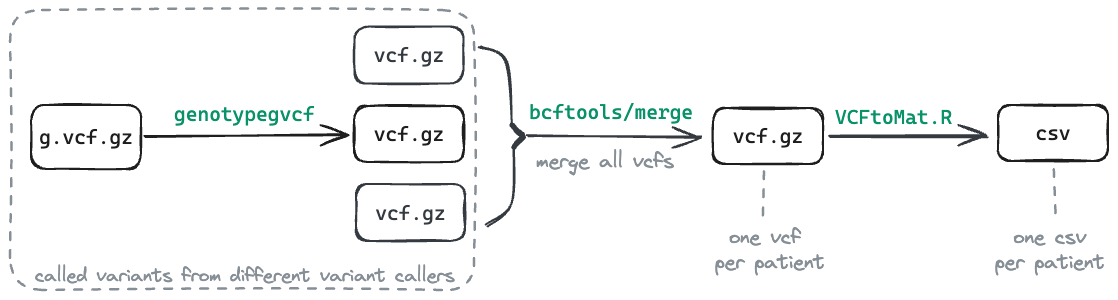
Above: docs/images/vcftomat.excalidraw.png in qbic-pipelines/vcftocounts (Excalidraw), before the change. Source tidied: one line per element, renumbered; positions are measured from the earlier drawing's top-left corner, leaving out a move shared by most shapes. Its diagram source:
```json
{"id": 0, "type": "rectangle", "strokeColor": "#1e1e1e", "strokeWidth": 2, "roughness": 1, "round": true, "x": 21, "y": 95, "width": 110, "height": 64}
{"id": 1, "type": "text", "text": "g.vcf.gz", "strokeColor": "#1e1e1e", "strokeWidth": 2, "roughness": 1, "fontSize": 20, "fontFamily": 3, "textAlign": "center", "verticalAlign": "middle", "inside": 0, "x": 29, "y": 115, "width": 94, "height": 24}
{"id": 2, "type": "rectangle", "strokeColor": "#1e1e1e", "strokeWidth": 2, "roughness": 1, "round": true, "x": 344, "y": 96, "width": 110, "height": 56}
{"id": 3, "type": "text", "text": "vcf.gz", "strokeColor": "#1e1e1e", "strokeWidth": 2, "roughness": 1, "fontSize": 20, "fontFamily": 3, "textAlign": "center", "verticalAlign": "middle", "inside": 2, "x": 364, "y": 112, "width": 70, "height": 24}
{"id": 4, "type": "arrow", "strokeColor": "#1e1e1e", "strokeWidth": 2, "roughness": 1, "endArrowhead": "arrow", "round": true, "from": 0, "to": 2, "x": 135, "y": 127, "width": 202, "height": 2, "points": [[0, 0], [202, -2]]}
{"id": 5, "type": "text", "text": "genotypegvcf", "strokeColor": "#099268", "strokeWidth": 2, "roughness": 1, "fontSize": 20, "fontFamily": 3, "x": 164, "y": 92, "width": 141, "height": 24}
{"id": 6, "type": "rectangle", "strokeColor": "#343a40", "strokeWidth": 2, "roughness": 1, "round": true, "x": 346, "y": 174, "width": 109, "height": 57}
{"id": 7, "type": "text", "text": "vcf.gz", "strokeColor": "#343a40", "strokeWidth": 2, "roughness": 1, "fontSize": 20, "fontFamily": 3, "textAlign": "center", "verticalAlign": "middle", "inside": 6, "x": 365, "y": 190, "width": 70, "height": 24}
{"id": 8, "type": "rectangle", "strokeColor": "#343a40", "strokeWidth": 2, "roughness": 1, "round": true, "x": 344, "y": 16, "width": 109, "height": 57}
{"id": 9, "type": "text", "text": "vcf.gz", "strokeColor": "#343a40", "strokeWidth": 2, "roughness": 1, "fontSize": 20, "fontFamily": 3, "textAlign": "center", "verticalAlign": "middle", "inside": 8, "x": 364, "y": 33, "width": 70, "height": 24}
{"id": 10, "type": "arrow", "strokeColor": "#343a40", "strokeWidth": 2, "roughness": 1, "round": true, "from": 8, "x": 469, "y": 37, "width": 32, "height": 79, "points": [[0, 0], [27, 15], [32, 79]]}
{"id": 11, "type": "arrow", "strokeColor": "#343a40", "angle": 3.12, "strokeWidth": 2, "roughness": 1, "round": true, "x": 504, "y": 138, "width": 30, "height": 79, "points": [[0, 0], [-26, 21], [-30, 79]]}
{"id": 12, "type": "freedraw", "strokeColor": "#343a40", "strokeWidth": 1, "roughness": 1, "x": 502, "y": 115, "width": 10, "height": 10, "points": [[0, 0], [1, 0], [1, 1], [1, 2], [2, 2], [2, 3], [3, 3], [3, 4], [4, 5], [4, 6], [5, 6], [6, 6], [6, 7], [7, 7], [7, 8], [8, 8], [9, 8], [9, 9], [10, 9], [10, 10], [10, 10]]}
{"id": 13, "type": "freedraw", "strokeColor": "#343a40", "strokeWidth": 1, "roughness": 1, "x": 504, "y": 137, "width": 9, "height": 10, "points": [[0, 0], [0, -1], [1, -1], [1, -2], [2, -3], [3, -4], [4, -5], [5, -5], [5, -6], [6, -7], [7, -7], [7, -8], [8, -8], [8, -9], [9, -9], [9, -10], [9, -10]]}
{"id": 14, "type": "arrow", "strokeColor": "#343a40", "strokeWidth": 2, "roughness": 1, "endArrowhead": "arrow", "round": true, "x": 518, "y": 126, "width": 172, "height": 1, "points": [[0, 0], [172, 1]]}
{"id": 15, "type": "text", "text": "bcftools/merge", "strokeColor": "#099268", "strokeWidth": 2, "roughness": 1, "fontSize": 20, "fontFamily": 3, "x": 519, "y": 90, "width": 164, "height": 24}
{"id": 16, "type": "rectangle", "strokeColor": "#868e96", "strokeWidth": 2, "strokeStyle": "dashed", "roughness": 1, "round": true, "x": 0, "y": 0, "width": 464, "height": 280}
{"id": 17, "type": "text", "text": "called variants from different variant callers", "strokeColor": "#868e96", "strokeWidth": 2, "strokeStyle": "dashed", "roughness": 1, "fontSize": 18.61, "fontFamily": 1, "x": 25, "y": 255, "width": 420, "height": 23}
{"id": 18, "type": "text", "text": "merge all vcfs", "strokeColor": "#868e96", "strokeWidth": 2, "strokeStyle": "dashed", "roughness": 1, "fontSize": 20, "fontFamily": 1, "x": 526, "y": 139, "width": 138, "height": 25}
{"id": 19, "type": "rectangle", "strokeColor": "#1e1e1e", "strokeWidth": 2, "roughness": 1, "round": true, "x": 703, "y": 98, "width": 110, "height": 56}
{"id": 20, "type": "text", "text": "vcf.gz", "strokeColor": "#1e1e1e", "strokeWidth": 2, "roughness": 1, "fontSize": 20, "fontFamily": 3, "textAlign": "center", "verticalAlign": "middle", "inside": 19, "x": 723, "y": 114, "width": 70, "height": 24}
{"id": 21, "type": "text", "text": "one vcf \nper patient", "strokeColor": "#868e96", "strokeWidth": 2, "strokeStyle": "dashed", "roughness": 1, "fontSize": 20, "fontFamily": 1, "textAlign": "center", "x": 705, "y": 215, "width": 110, "height": 50}
{"id": 22, "type": "arrow", "strokeColor": "#868e96", "strokeWidth": 2, "strokeStyle": "dashed", "roughness": 1, "round": true, "from": 19, "to": 21, "x": 754, "y": 161, "width": 1, "height": 53, "points": [[0, 0], [-1, 53]]}
{"id": 23, "type": "rectangle", "strokeColor": "#1e1e1e", "strokeWidth": 2, "roughness": 1, "round": true, "x": 988, "y": 95, "width": 110, "height": 56}
{"id": 24, "type": "text", "text": "csv", "strokeColor": "#1e1e1e", "strokeWidth": 2, "roughness": 1, "fontSize": 20, "fontFamily": 3, "textAlign": "center", "verticalAlign": "middle", "inside": 23, "x": 1025, "y": 111, "width": 35, "height": 24}
{"id": 25, "type": "arrow", "strokeColor": "#343a40", "strokeWidth": 2, "roughness": 1, "endArrowhead": "arrow", "round": true, "from": 19, "to": 23, "x": 819, "y": 127, "width": 159, "height": 0, "points": [[0, 0], [159, 0]]}
{"id": 26, "type": "text", "text": "VCFtoMat.R", "strokeColor": "#099268", "strokeWidth": 2, "roughness": 1, "fontSize": 20, "fontFamily": 3, "x": 825, "y": 95, "width": 117, "height": 24}
{"id": 27, "type": "text", "text": "one csv\nper patient", "strokeColor": "#868e96", "strokeWidth": 2, "strokeStyle": "dashed", "roughness": 1, "fontSize": 20, "fontFamily": 1, "textAlign": "center", "x": 985, "y": 215, "width": 110, "height": 50}
{"id": 28, "type": "arrow", "strokeColor": "#868e96", "strokeWidth": 2, "strokeStyle": "dashed", "roughness": 1, "round": true, "to": 27, "x": 1044, "y": 159, "width": 2, "height": 49, "points": [[0, 0], [2, 49]]}
```
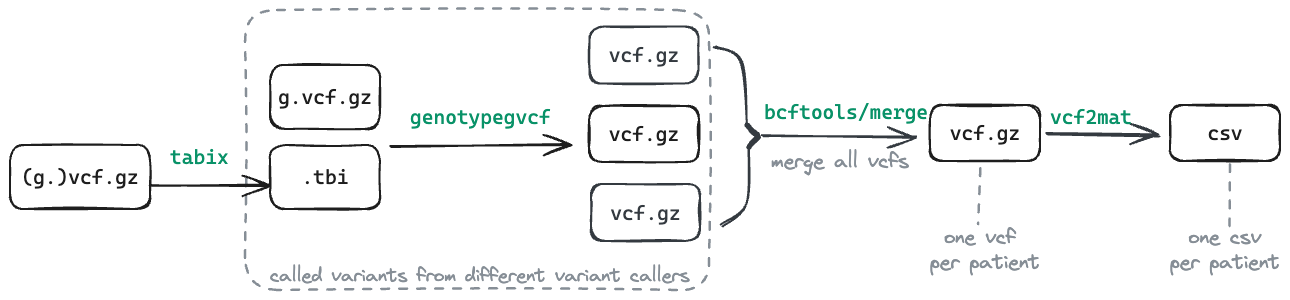
Above is the later version.

Change to the diagram source:
```diff
@@ -1,9 +1,9 @@
-{"id": 0, "type": "rectangle", "strokeColor": "#1e1e1e", "strokeWidth": 2, "roughness": 1, "round": true, "x": 21, "y": 95, "width": 110, "height": 64}
+{"id": 0, "type": "rectangle", "strokeColor": "#1e1e1e", "strokeWidth": 2, "roughness": 1, "round": true, "x": 25, "y": 55, "width": 110, "height": 64}
-{"id": 1, "type": "text", "text": "g.vcf.gz", "strokeColor": "#1e1e1e", "strokeWidth": 2, "roughness": 1, "fontSize": 20, "fontFamily": 3, "textAlign": "center", "verticalAlign": "middle", "inside": 0, "x": 29, "y": 115, "width": 94, "height": 24}
+{"id": 1, "type": "text", "text": "g.vcf.gz", "strokeColor": "#1e1e1e", "strokeWidth": 2, "roughness": 1, "fontSize": 20, "fontFamily": 3, "textAlign": "center", "verticalAlign": "middle", "inside": 0, "x": 33, "y": 75, "width": 94, "height": 24}
 {"id": 2, "type": "rectangle", "strokeColor": "#1e1e1e", "strokeWidth": 2, "roughness": 1, "round": true, "x": 344, "y": 96, "width": 110, "height": 56}
 {"id": 3, "type": "text", "text": "vcf.gz", "strokeColor": "#1e1e1e", "strokeWidth": 2, "roughness": 1, "fontSize": 20, "fontFamily": 3, "textAlign": "center", "verticalAlign": "middle", "inside": 2, "x": 364, "y": 112, "width": 70, "height": 24}
-{"id": 4, "type": "arrow", "strokeColor": "#1e1e1e", "strokeWidth": 2, "roughness": 1, "endArrowhead": "arrow", "round": true, "from": 0, "to": 2, "x": 135, "y": 127, "width": 202, "height": 2, "points": [[0, 0], [202, -2]]}
+{"id": 4, "type": "arrow", "strokeColor": "#1e1e1e", "strokeWidth": 2, "roughness": 1, "endArrowhead": "arrow", "round": true, "from": 29, "x": 146, "y": 137, "width": 179, "height": 2, "points": [[0, 0], [179, -2]]}
-{"id": 5, "type": "text", "text": "genotypegvcf", "strokeColor": "#099268", "strokeWidth": 2, "roughness": 1, "fontSize": 20, "fontFamily": 3, "x": 164, "y": 92, "width": 141, "height": 24}
+{"id": 5, "type": "text", "text": "genotypegvcf", "strokeColor": "#099268", "strokeWidth": 2, "roughness": 1, "fontSize": 20, "fontFamily": 3, "x": 165, "y": 95, "width": 141, "height": 24}
 {"id": 6, "type": "rectangle", "strokeColor": "#343a40", "strokeWidth": 2, "roughness": 1, "round": true, "x": 346, "y": 174, "width": 109, "height": 57}
 {"id": 7, "type": "text", "text": "vcf.gz", "strokeColor": "#343a40", "strokeWidth": 2, "roughness": 1, "fontSize": 20, "fontFamily": 3, "textAlign": "center", "verticalAlign": "middle", "inside": 6, "x": 365, "y": 190, "width": 70, "height": 24}
 {"id": 8, "type": "rectangle", "strokeColor": "#343a40", "strokeWidth": 2, "roughness": 1, "round": true, "x": 344, "y": 16, "width": 109, "height": 57}
@@ -12,18 +12,24 @@
 {"id": 11, "type": "arrow", "strokeColor": "#343a40", "angle": 3.12, "strokeWidth": 2, "roughness": 1, "round": true, "x": 504, "y": 138, "width": 30, "height": 79, "points": [[0, 0], [-26, 21], [-30, 79]]}
 {"id": 12, "type": "freedraw", "strokeColor": "#343a40", "strokeWidth": 1, "roughness": 1, "x": 502, "y": 115, "width": 10, "height": 10, "points": [[0, 0], [1, 0], [1, 1], [1, 2], [2, 2], [2, 3], [3, 3], [3, 4], [4, 5], [4, 6], [5, 6], [6, 6], [6, 7], [7, 7], [7, 8], [8, 8], [9, 8], [9, 9], [10, 9], [10, 10], [10, 10]]}
 {"id": 13, "type": "freedraw", "strokeColor": "#343a40", "strokeWidth": 1, "roughness": 1, "x": 504, "y": 137, "width": 9, "height": 10, "points": [[0, 0], [0, -1], [1, -1], [1, -2], [2, -3], [3, -4], [4, -5], [5, -5], [5, -6], [6, -7], [7, -7], [7, -8], [8, -8], [8, -9], [9, -9], [9, -10], [9, -10]]}
-{"id": 14, "type": "arrow", "strokeColor": "#343a40", "strokeWidth": 2, "roughness": 1, "endArrowhead": "arrow", "round": true, "x": 518, "y": 126, "width": 172, "height": 1, "points": [[0, 0], [172, 1]]}
+{"id": 14, "type": "arrow", "strokeColor": "#343a40", "strokeWidth": 2, "roughness": 1, "endArrowhead": "arrow", "round": true, "to": 19, "x": 518, "y": 126, "width": 152, "height": 1, "points": [[0, 0], [152, 1]]}
 {"id": 15, "type": "text", "text": "bcftools/merge", "strokeColor": "#099268", "strokeWidth": 2, "roughness": 1, "fontSize": 20, "fontFamily": 3, "x": 519, "y": 90, "width": 164, "height": 24}
 {"id": 16, "type": "rectangle", "strokeColor": "#868e96", "strokeWidth": 2, "strokeStyle": "dashed", "roughness": 1, "round": true, "x": 0, "y": 0, "width": 464, "height": 280}
 {"id": 17, "type": "text", "text": "called variants from different variant callers", "strokeColor": "#868e96", "strokeWidth": 2, "strokeStyle": "dashed", "roughness": 1, "fontSize": 18.61, "fontFamily": 1, "x": 25, "y": 255, "width": 420, "height": 23}
 {"id": 18, "type": "text", "text": "merge all vcfs", "strokeColor": "#868e96", "strokeWidth": 2, "strokeStyle": "dashed", "roughness": 1, "fontSize": 20, "fontFamily": 1, "x": 526, "y": 139, "width": 138, "height": 25}
-{"id": 19, "type": "rectangle", "strokeColor": "#1e1e1e", "strokeWidth": 2, "roughness": 1, "round": true, "x": 703, "y": 98, "width": 110, "height": 56}
+{"id": 19, "type": "rectangle", "strokeColor": "#1e1e1e", "strokeWidth": 2, "roughness": 1, "round": true, "x": 685, "y": 95, "width": 110, "height": 56}
-{"id": 20, "type": "text", "text": "vcf.gz", "strokeColor": "#1e1e1e", "strokeWidth": 2, "roughness": 1, "fontSize": 20, "fontFamily": 3, "textAlign": "center", "verticalAlign": "middle", "inside": 19, "x": 723, "y": 114, "width": 70, "height": 24}
+{"id": 20, "type": "text", "text": "vcf.gz", "strokeColor": "#1e1e1e", "strokeWidth": 2, "roughness": 1, "fontSize": 20, "fontFamily": 3, "textAlign": "center", "verticalAlign": "middle", "inside": 19, "x": 705, "y": 111, "width": 70, "height": 24}
-{"id": 21, "type": "text", "text": "one vcf \nper patient", "strokeColor": "#868e96", "strokeWidth": 2, "strokeStyle": "dashed", "roughness": 1, "fontSize": 20, "fontFamily": 1, "textAlign": "center", "x": 705, "y": 215, "width": 110, "height": 50}
+{"id": 21, "type": "text", "text": "one vcf \nper patient", "strokeColor": "#868e96", "strokeWidth": 2, "strokeStyle": "dashed", "roughness": 1, "fontSize": 20, "fontFamily": 1, "textAlign": "center", "x": 685, "y": 215, "width": 110, "height": 50}
-{"id": 22, "type": "arrow", "strokeColor": "#868e96", "strokeWidth": 2, "strokeStyle": "dashed", "roughness": 1, "round": true, "from": 19, "to": 21, "x": 754, "y": 161, "width": 1, "height": 53, "points": [[0, 0], [-1, 53]]}
+{"id": 22, "type": "arrow", "strokeColor": "#868e96", "strokeWidth": 2, "strokeStyle": "dashed", "roughness": 1, "round": true, "from": 19, "to": 21, "x": 735, "y": 158, "width": 2, "height": 56, "points": [[0, 0], [-2, 56]]}
-{"id": 23, "type": "rectangle", "strokeColor": "#1e1e1e", "strokeWidth": 2, "roughness": 1, "round": true, "x": 988, "y": 95, "width": 110, "height": 56}
+{"id": 23, "type": "rectangle", "strokeColor": "#1e1e1e", "strokeWidth": 2, "roughness": 1, "round": true, "x": 925, "y": 95, "width": 110, "height": 56}
-{"id": 24, "type": "text", "text": "csv", "strokeColor": "#1e1e1e", "strokeWidth": 2, "roughness": 1, "fontSize": 20, "fontFamily": 3, "textAlign": "center", "verticalAlign": "middle", "inside": 23, "x": 1025, "y": 111, "width": 35, "height": 24}
+{"id": 24, "type": "text", "text": "csv", "strokeColor": "#1e1e1e", "strokeWidth": 2, "roughness": 1, "fontSize": 20, "fontFamily": 3, "textAlign": "center", "verticalAlign": "middle", "inside": 23, "x": 962, "y": 111, "width": 35, "height": 24}
-{"id": 25, "type": "arrow", "strokeColor": "#343a40", "strokeWidth": 2, "roughness": 1, "endArrowhead": "arrow", "round": true, "from": 19, "to": 23, "x": 819, "y": 127, "width": 159, "height": 0, "points": [[0, 0], [159, 0]]}
+{"id": 25, "type": "arrow", "strokeColor": "#343a40", "strokeWidth": 2, "roughness": 1, "endArrowhead": "arrow", "round": true, "from": 19, "to": 23, "x": 801, "y": 125, "width": 114, "height": 1, "points": [[0, 0], [114, 1]]}
-{"id": 26, "type": "text", "text": "VCFtoMat.R", "strokeColor": "#099268", "strokeWidth": 2, "roughness": 1, "fontSize": 20, "fontFamily": 3, "x": 825, "y": 95, "width": 117, "height": 24}
+{"id": 26, "type": "text", "text": "vcf2mat", "strokeColor": "#099268", "strokeWidth": 2, "roughness": 1, "fontSize": 20, "fontFamily": 3, "x": 805, "y": 95, "width": 82, "height": 24}
-{"id": 27, "type": "text", "text": "one csv\nper patient", "strokeColor": "#868e96", "strokeWidth": 2, "strokeStyle": "dashed", "roughness": 1, "fontSize": 20, "fontFamily": 1, "textAlign": "center", "x": 985, "y": 215, "width": 110, "height": 50}
+{"id": 27, "type": "text", "text": "one csv\nper patient", "strokeColor": "#868e96", "strokeWidth": 2, "strokeStyle": "dashed", "roughness": 1, "fontSize": 20, "fontFamily": 1, "textAlign": "center", "x": 925, "y": 215, "width": 110, "height": 50}
-{"id": 28, "type": "arrow", "strokeColor": "#868e96", "strokeWidth": 2, "strokeStyle": "dashed", "roughness": 1, "round": true, "to": 27, "x": 1044, "y": 159, "width": 2, "height": 49, "points": [[0, 0], [2, 49]]}
+{"id": 28, "type": "arrow", "strokeColor": "#868e96", "strokeWidth": 2, "strokeStyle": "dashed", "roughness": 1, "round": true, "from": 23, "to": 27, "x": 985, "y": 155, "width": 0, "height": 60, "points": [[0, 0], [0, 60]]}
+{"id": 29, "type": "rectangle", "strokeColor": "#1e1e1e", "strokeWidth": 2, "roughness": 1, "round": true, "x": 25, "y": 135, "width": 110, "height": 64}
+{"id": 30, "type": "text", "text": ".tbi", "strokeColor": "#1e1e1e", "strokeWidth": 2, "roughness": 1, "fontSize": 20, "fontFamily": 3, "textAlign": "center", "verticalAlign": "middle", "inside": 29, "x": 57, "y": 155, "width": 47, "height": 24}
+{"id": 31, "type": "rectangle", "strokeColor": "#1e1e1e", "strokeWidth": 2, "roughness": 1, "round": true, "x": -235, "y": 135, "width": 140, "height": 64}
+{"id": 32, "type": "text", "text": "(g.)vcf.gz", "strokeColor": "#1e1e1e", "strokeWidth": 2, "roughness": 1, "fontSize": 20, "fontFamily": 3, "textAlign": "center", "verticalAlign": "middle", "inside": 31, "x": -224, "y": 155, "width": 117, "height": 24}
+{"id": 33, "type": "arrow", "strokeColor": "#1e1e1e", "strokeWidth": 2, "roughness": 1, "endArrowhead": "arrow", "round": true, "from": 31, "to": 29, "x": -94, "y": 175, "width": 118, "height": 0, "points": [[0, 0], [118, 0]]}
+{"id": 34, "type": "text", "text": "tabix", "strokeColor": "#099268", "strokeWidth": 2, "roughness": 1, "fontSize": 20, "fontFamily": 3, "x": -75, "y": 135, "width": 59, "height": 24}
```
